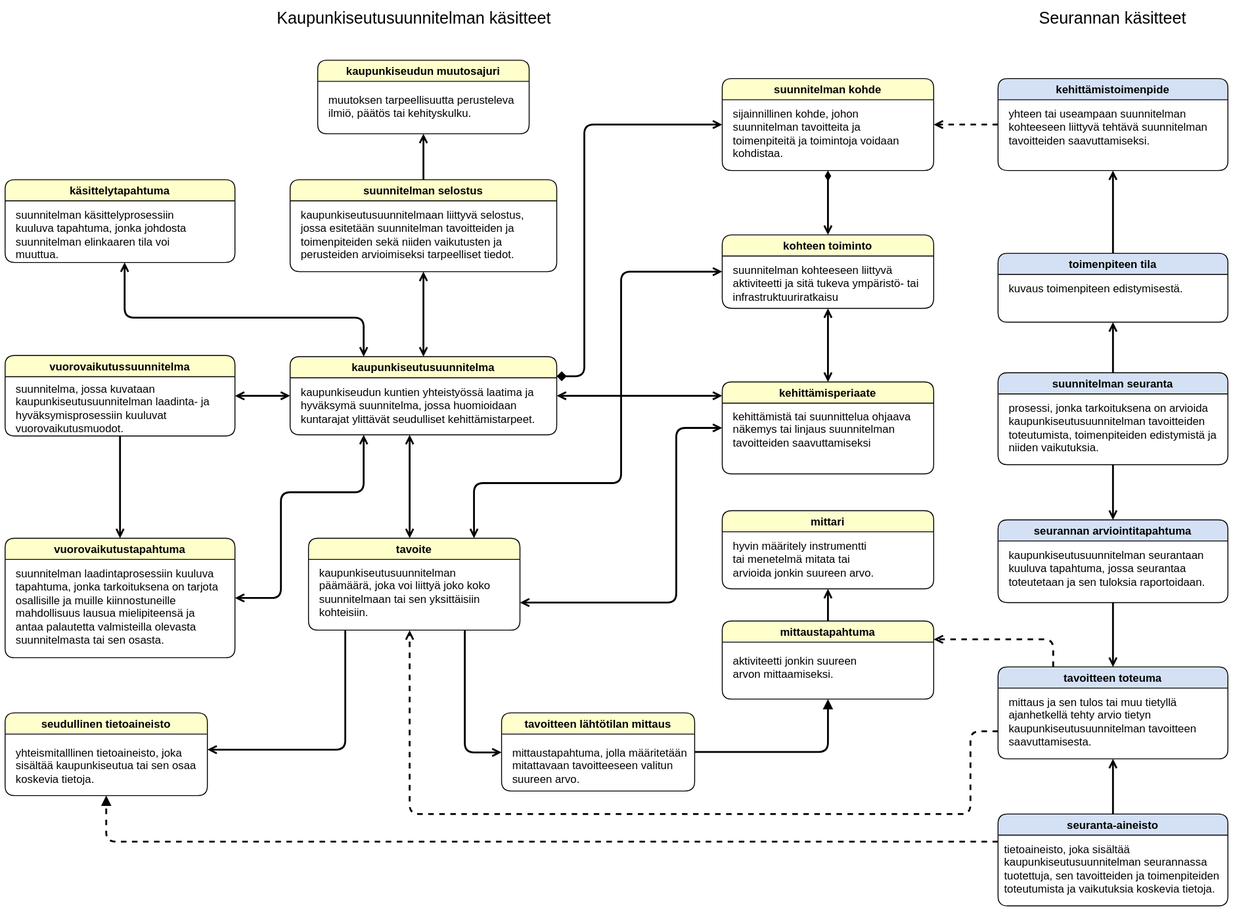
Above: kasitemalli/kasitekaavio-ydinkasitteet.svg in sykefi/kaupunkiseutusuunnitelma (draw.io), before the change. Source tidied: cells renumbered, new cells last; positions are measured from the earlier drawing's top-left corner, leaving out a move shared by most shapes.
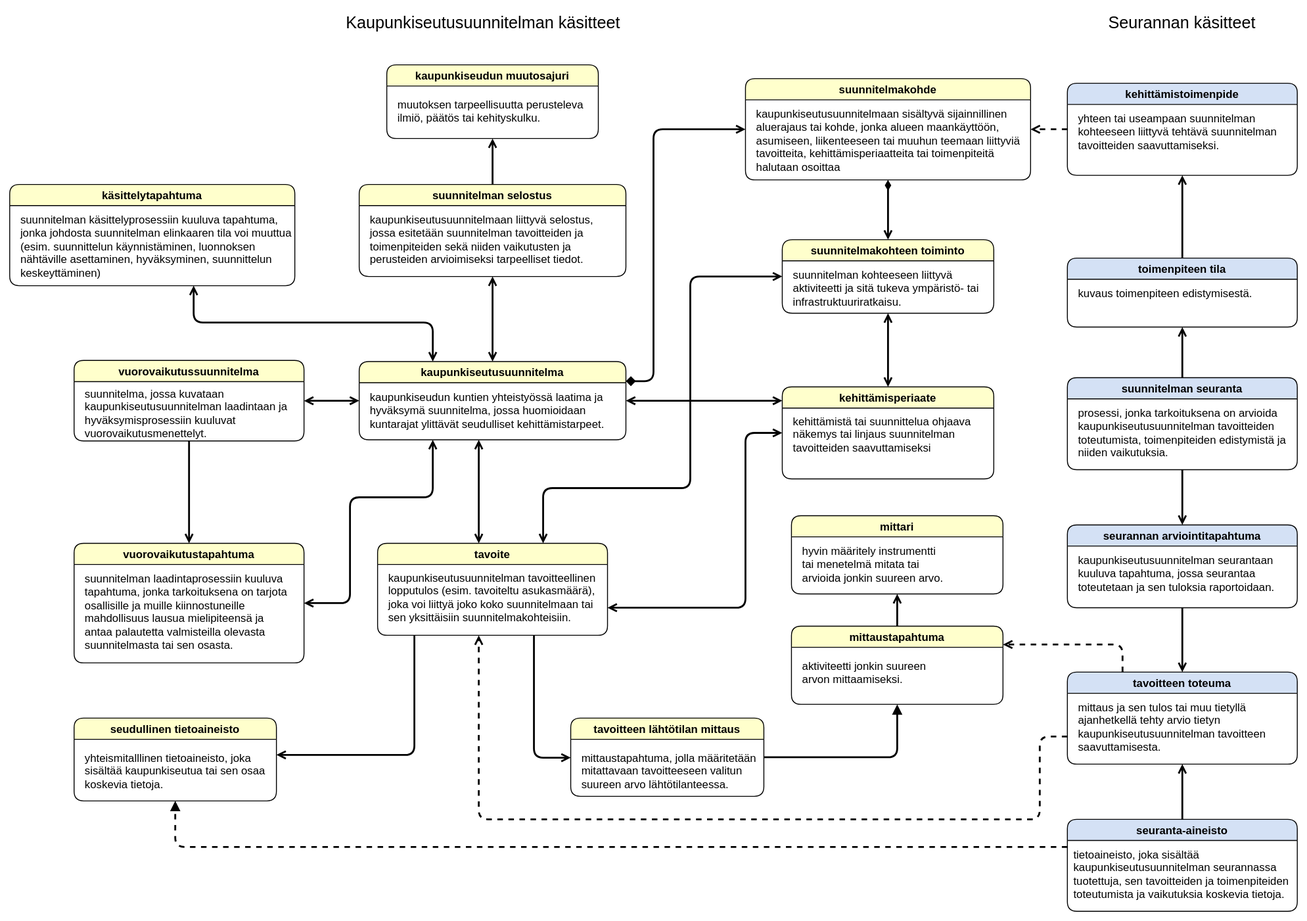
The same file after the commit.

The edit, as a diff of the source:
```diff
@@ -28,18 +28,13 @@
       <mxGeometry x="10" y="25" width="260" height="70" as="geometry" />
     </mxCell>
     <mxCell id="7" style="edgeStyle=orthogonalEdgeStyle;rounded=1;jettySize=auto;html=1;endArrow=open;endFill=0;strokeWidth=2;exitX=0.5;exitY=1;exitDx=0;exitDy=0;startArrow=diamondThin;startFill=1;entryX=0.5;entryY=0;entryDx=0;entryDy=0;" parent="1" edge="1" source="8" target="18">
-      <mxGeometry relative="1" as="geometry">
-        <Array as="points">
-          <mxPoint x="895" y="220" />
-          <mxPoint x="895" y="220" />
-        </Array>
-      </mxGeometry>
+      <mxGeometry relative="1" as="geometry" />
     </mxCell>
-    <mxCell id="8" value="suunnitelman kohde" style="swimlane;startSize=23;rounded=1;fillColor=#FFFFCC;" parent="1" vertex="1">
-      <mxGeometry x="780" y="80" width="230" height="100" as="geometry" />
+    <mxCell id="8" value="suunnitelmakohde" style="swimlane;startSize=23;rounded=1;fillColor=#FFFFCC;" parent="1" vertex="1">
+      <mxGeometry x="730" y="75" width="310" height="110" as="geometry" />
     </mxCell>
-    <mxCell id="9" value="sijainnillinen kohde, johon suunnitelman tavoitteita ja toimenpiteitä ja toimintoja voidaan kohdistaa." style="text;html=1;strokeColor=none;fillColor=none;align=left;verticalAlign=top;whiteSpace=wrap;rounded=1;" parent="8" vertex="1">
-      <mxGeometry x="10" y="25" width="210" height="70" as="geometry" />
+    <mxCell id="9" value="kaupunkiseutusuunnitelmaan sisältyvä sijainnillinen aluerajaus tai kohde, jonka alueen maankäyttöön, asumiseen, liikenteeseen tai muuhun teemaan liittyviä tavoitteita, kehittämisperiaatteita tai toimenpiteitä halutaan osoittaa" style="text;html=1;strokeColor=none;fillColor=none;align=left;verticalAlign=top;whiteSpace=wrap;rounded=1;" parent="8" vertex="1">
+      <mxGeometry x="10" y="25" width="300" height="70" as="geometry" />
     </mxCell>
     <mxCell id="10" style="edgeStyle=orthogonalEdgeStyle;rounded=1;jettySize=auto;html=1;startArrow=none;startFill=0;endArrow=open;endFill=0;strokeWidth=2;" parent="1" edge="1" source="12" target="34">
       <mxGeometry relative="1" as="geometry">
@@ -58,13 +53,13 @@
       </mxGeometry>
     </mxCell>
     <mxCell id="12" value="tavoite" style="swimlane;startSize=23;rounded=1;fillColor=#FFFFCC;" parent="1" vertex="1">
-      <mxGeometry x="330" y="580" width="230" height="100" as="geometry" />
+      <mxGeometry x="330" y="580" width="250" height="100" as="geometry" />
     </mxCell>
-    <mxCell id="13" value="&lt;div&gt;&lt;span style=&quot;background-color: initial;&quot;&gt;kaupunkiseutusuunnitelman päämäärä, joka voi liittyä joko koko suunnitelmaan tai sen yksittäisiin kohteisiin.&lt;/span&gt;&lt;br&gt;&lt;/div&gt;" style="text;html=1;strokeColor=none;fillColor=none;align=left;verticalAlign=top;whiteSpace=wrap;rounded=1;" parent="12" vertex="1">
-      <mxGeometry x="10" y="24" width="210" height="70" as="geometry" />
+    <mxCell id="13" value="&lt;div&gt;kaupunkiseutusuunnitelman tavoitteellinen lopputulos (esim. tavoiteltu asukasmäärä), joka voi liittyä joko koko suunnitelmaan tai sen yksittäisiin suunnitelmakohteisiin.&lt;br&gt;&lt;/div&gt;" style="text;html=1;strokeColor=none;fillColor=none;align=left;verticalAlign=top;whiteSpace=wrap;rounded=1;" parent="12" vertex="1">
+      <mxGeometry x="10" y="24" width="230" height="70" as="geometry" />
     </mxCell>
     <mxCell id="14" value="kehittämisperiaate" style="swimlane;startSize=23;rounded=1;fillColor=#FFFFCC;" parent="1" vertex="1">
-      <mxGeometry x="780" y="410" width="230" height="100" as="geometry" />
+      <mxGeometry x="770" y="410" width="230" height="100" as="geometry" />
     </mxCell>
     <mxCell id="15" value="&lt;div&gt;kehittämistä tai suunnittelua ohjaava näkemys tai linjaus suunnitelman tavoitteiden saavuttamiseksi&lt;br&gt;&lt;/div&gt;" style="text;html=1;strokeColor=none;fillColor=none;align=left;verticalAlign=top;whiteSpace=wrap;rounded=1;" parent="14" vertex="1">
       <mxGeometry x="10" y="24" width="210" height="70" as="geometry" />
@@ -75,10 +70,10 @@
     <mxCell id="17" value="&lt;div&gt;muutoksen tarpeellisuutta perusteleva ilmiö, päätös tai kehityskulku.&lt;br&gt;&lt;/div&gt;" style="text;html=1;strokeColor=none;fillColor=none;align=left;verticalAlign=top;whiteSpace=wrap;rounded=1;" parent="16" vertex="1">
       <mxGeometry x="10" y="30" width="210" height="50" as="geometry" />
     </mxCell>
-    <mxCell id="18" value="kohteen toiminto" style="swimlane;startSize=23;rounded=1;fillColor=#FFFFCC;arcSize=16;" parent="1" vertex="1">
-      <mxGeometry x="780" y="250" width="230" height="80" as="geometry" />
+    <mxCell id="18" value="suunnitelmakohteen toiminto" style="swimlane;startSize=23;rounded=1;fillColor=#FFFFCC;arcSize=16;" parent="1" vertex="1">
+      <mxGeometry x="770" y="250" width="230" height="80" as="geometry" />
     </mxCell>
-    <mxCell id="19" value="suunnitelman kohteeseen liittyvä aktiviteetti ja sitä tukeva ympäristö- tai infrastruktuuriratkaisu" style="text;html=1;strokeColor=none;fillColor=none;align=left;verticalAlign=top;whiteSpace=wrap;rounded=1;" parent="18" vertex="1">
+    <mxCell id="19" value="suunnitelman kohteeseen liittyvä aktiviteetti ja sitä tukeva ympäristö- tai infrastruktuuriratkaisu." style="text;html=1;strokeColor=none;fillColor=none;align=left;verticalAlign=top;whiteSpace=wrap;rounded=1;" parent="18" vertex="1">
       <mxGeometry x="10" y="25" width="210" height="55" as="geometry" />
     </mxCell>
     <mxCell id="20" value="seudullinen tietoaineisto" style="swimlane;startSize=23;rounded=1;fillColor=#FFFFCC;" parent="1" vertex="1">
@@ -140,7 +135,7 @@
     <mxCell id="34" value="tavoitteen lähtötilan mittaus" style="swimlane;startSize=23;rounded=1;fillColor=#FFFFCC;" parent="1" vertex="1">
       <mxGeometry x="540" y="770" width="210" height="85" as="geometry" />
     </mxCell>
-    <mxCell id="35" value="&lt;div&gt;mittaustapahtuma,&amp;nbsp;&lt;span style=&quot;background-color: initial;&quot;&gt;jolla määritetään mitattavaan tavoitteeseen valitun suureen arvo.&lt;/span&gt;&lt;/div&gt;" style="text;html=1;strokeColor=none;fillColor=none;align=left;verticalAlign=top;whiteSpace=wrap;rounded=1;" parent="34" vertex="1">
+    <mxCell id="35" value="mittaustapahtuma, jolla määritetään mitattavaan tavoitteeseen valitun suureen arvo lähtötilanteessa." style="text;html=1;strokeColor=none;fillColor=none;align=left;verticalAlign=top;whiteSpace=wrap;rounded=1;" parent="34" vertex="1">
       <mxGeometry x="10" y="30" width="200" height="60" as="geometry" />
     </mxCell>
     <mxCell id="36" style="edgeStyle=orthogonalEdgeStyle;rounded=1;jettySize=auto;html=1;startArrow=none;startFill=0;endArrow=open;endFill=0;strokeWidth=2;" parent="1" edge="1" source="37" target="40">
@@ -197,10 +192,10 @@
       </mxGeometry>
     </mxCell>
     <mxCell id="49" value="käsittelytapahtuma" style="swimlane;startSize=23;rounded=1;fillColor=#FFFFCC;" parent="1" vertex="1">
-      <mxGeometry y="190" width="250" height="90" as="geometry" />
+      <mxGeometry x="-70" y="190" width="310" height="110" as="geometry" />
     </mxCell>
-    <mxCell id="50" value="&lt;div&gt;suunnitelman käsittelyprosessiin kuuluva tapahtuma, jonka johdosta suunnitelman elinkaaren tila voi muuttua.&lt;br&gt;&lt;/div&gt;" style="text;html=1;strokeColor=none;fillColor=none;align=left;verticalAlign=top;whiteSpace=wrap;rounded=1;" parent="49" vertex="1">
-      <mxGeometry x="10" y="25" width="210" height="70" as="geometry" />
+    <mxCell id="50" value="&lt;div&gt;suunnitelman käsittelyprosessiin kuuluva tapahtuma, jonka johdosta suunnitelman elinkaaren tila voi muuttua (esim. suunnittelun käynnistäminen, luonnoksen nähtäville asettaminen, hyväksyminen, suunnittelun keskeyttäminen)&lt;br&gt;&lt;/div&gt;" style="text;html=1;strokeColor=none;fillColor=none;align=left;verticalAlign=top;whiteSpace=wrap;rounded=1;" parent="49" vertex="1">
+      <mxGeometry x="10" y="25" width="300" height="70" as="geometry" />
     </mxCell>
     <mxCell id="51" value="vuorovaikutustapahtuma" style="swimlane;startSize=23;rounded=1;fillColor=#FFFFCC;" parent="1" vertex="1">
       <mxGeometry y="580" width="250" height="130" as="geometry" />
@@ -214,7 +209,7 @@
     <mxCell id="54" value="vuorovaikutussuunnitelma" style="swimlane;startSize=23;rounded=1;fillColor=#FFFFCC;" parent="1" vertex="1">
       <mxGeometry y="381.2" width="250" height="87.5" as="geometry" />
     </mxCell>
-    <mxCell id="55" value="&lt;div&gt;suunnitelma, jossa kuvataan kaupunkiseutusuunnitelman laadinta- ja hyväksymisprosessiin kuuluvat vuorovaikutusmuodot.&lt;br&gt;&lt;/div&gt;" style="text;html=1;strokeColor=none;fillColor=none;align=left;verticalAlign=top;whiteSpace=wrap;rounded=1;" parent="54" vertex="1">
+    <mxCell id="55" value="&lt;div&gt;suunnitelma, jossa kuvataan kaupunkiseutusuunnitelman laadintaan ja hyväksymisprosessiin kuuluvat vuorovaikutusmenettelyt.&lt;br&gt;&lt;/div&gt;" style="text;html=1;strokeColor=none;fillColor=none;align=left;verticalAlign=top;whiteSpace=wrap;rounded=1;" parent="54" vertex="1">
       <mxGeometry x="10" y="22.5" width="230" height="70" as="geometry" />
     </mxCell>
     <mxCell id="56" style="edgeStyle=orthogonalEdgeStyle;rounded=1;jettySize=auto;html=1;startArrow=open;startFill=0;endArrow=open;endFill=0;strokeWidth=2;" parent="1" edge="1" source="5" target="51">
```
